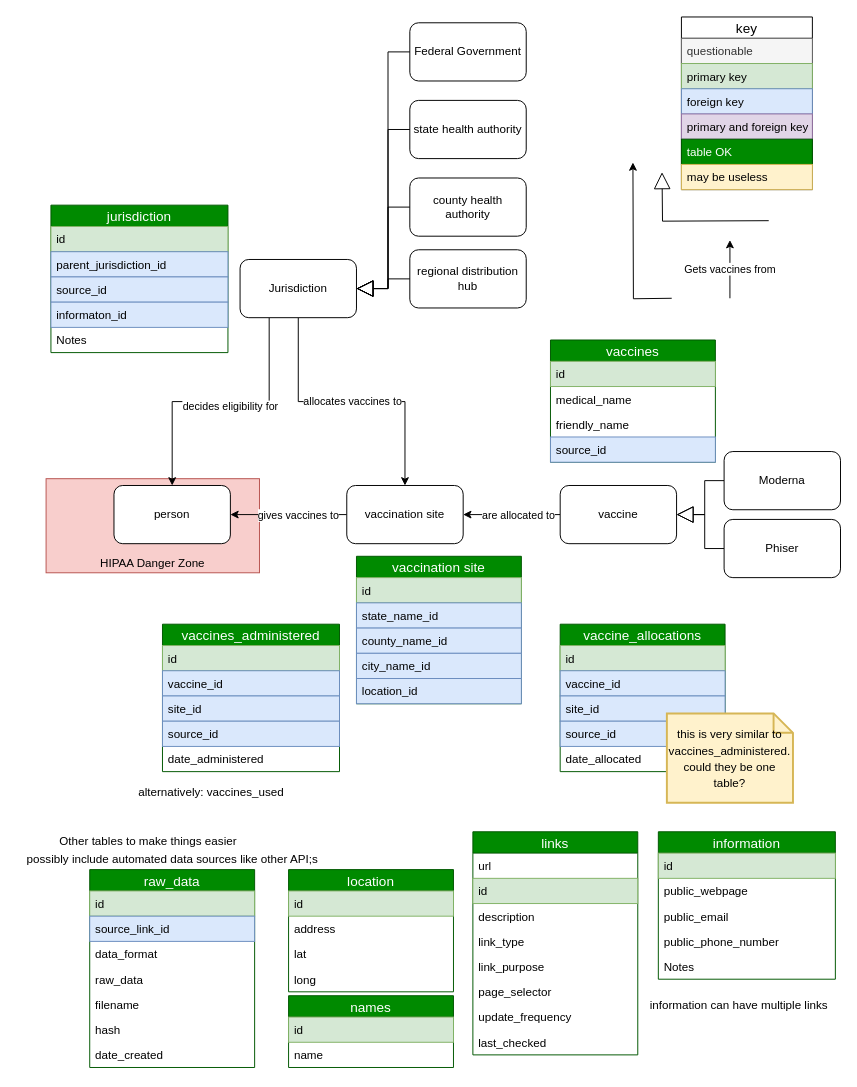
Earlier version of the draw.io diagram Domain Model.drawio (VacFind/Documentation). Source tidied: cells renumbered, new cells numbered last; positions are measured from the earlier drawing's top-left corner, leaving out a move shared by most shapes. Both pictures are drawn from the tidied source at 97%, with x=0, y=0 at pixel (16, 16).
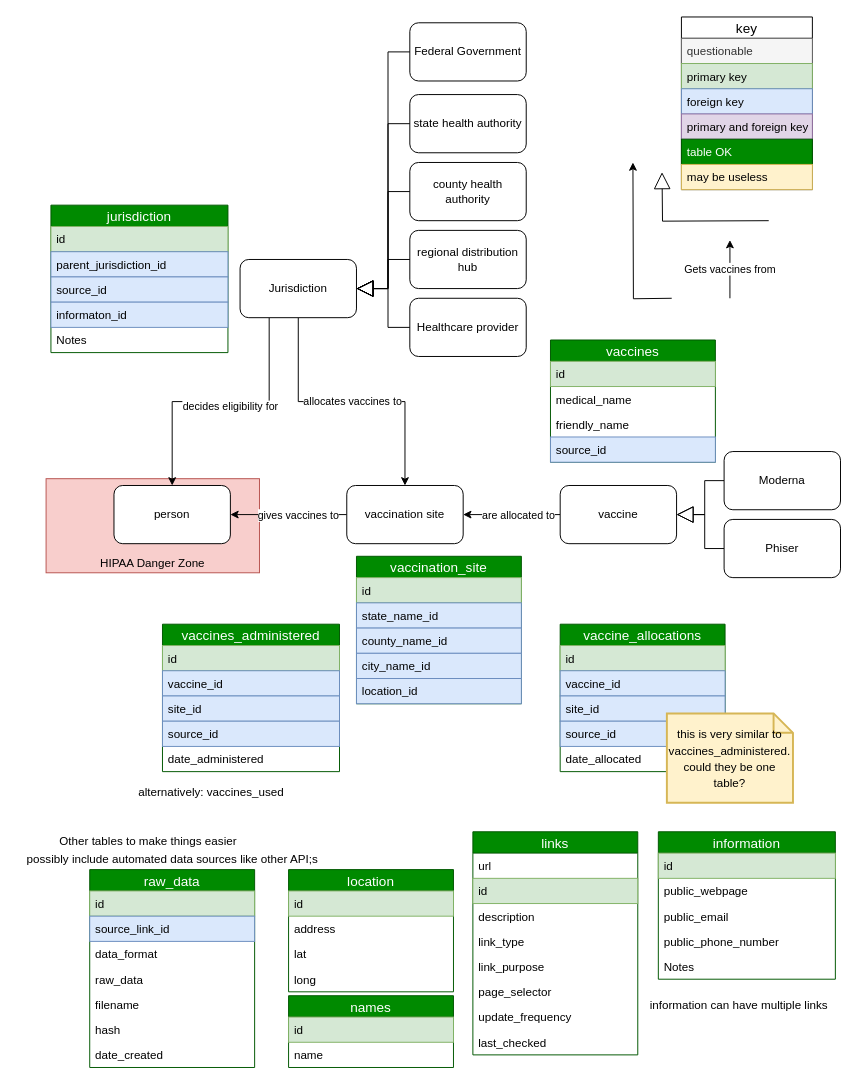
The same page after the edit.

Commit message:
add healthcare providers to possible jurisdictions

Unchanged cells that the change refers to:
```xml
<mxCell id="26" value="Jurisdiction" style="rounded=1;whiteSpace=wrap;html=1;" parent="1" vertex="1">
  <mxGeometry x="230" y="250" width="120" height="60" as="geometry" />
</mxCell>
```

Diff of the diagram source:
```diff
@@
     <mxCell id="15" value="state health authority" style="rounded=1;whiteSpace=wrap;html=1;" parent="1" vertex="1">
-      <mxGeometry x="405" y="86" width="120" height="60" as="geometry" />
+      <mxGeometry x="405" y="80" width="120" height="60" as="geometry" />
     </mxCell>
     <mxCell id="16" value="county health authority" style="rounded=1;whiteSpace=wrap;html=1;" parent="1" vertex="1">
-      <mxGeometry x="405" y="166" width="120" height="60" as="geometry" />
+      <mxGeometry x="405" y="150" width="120" height="60" as="geometry" />
     </mxCell>
@@
-    <mxCell id="30" value="vaccination site" style="swimlane;fontStyle=0;horizontal=1;startSize=22;fillColor=#008a00;swimlaneFillColor=#ffffff;align=center;fontSize=14;strokeColor=#005700;fontColor=#ffffff;" parent="1" vertex="1">
+    <mxCell id="30" value="vaccination_site" style="swimlane;fontStyle=0;horizontal=1;startSize=22;fillColor=#008a00;swimlaneFillColor=#ffffff;align=center;fontSize=14;strokeColor=#005700;fontColor=#ffffff;" parent="1" vertex="1">
       <mxGeometry x="350" y="556" width="170" height="152" as="geometry" />
     </mxCell>
@@
     <mxCell id="60" value="regional distribution hub" style="rounded=1;whiteSpace=wrap;html=1;" parent="1" vertex="1">
-      <mxGeometry x="405" y="240" width="120" height="60" as="geometry" />
+      <mxGeometry x="405" y="220" width="120" height="60" as="geometry" />
     </mxCell>
@@
+    <mxCell id="101" value="Healthcare provider" style="rounded=1;whiteSpace=wrap;html=1;" parent="1" vertex="1">
+      <mxGeometry x="405" y="290" width="120" height="60" as="geometry" />
+    </mxCell>
+    <mxCell id="102" style="edgeStyle=orthogonalEdgeStyle;rounded=0;jettySize=auto;html=1;exitX=0;exitY=0.5;exitDx=0;exitDy=0;endArrow=block;endFill=0;endSize=15;entryX=1;entryY=0.5;entryDx=0;entryDy=0;" parent="1" edge="1" source="101" target="26">
+      <mxGeometry relative="1" as="geometry" />
+    </mxCell>
```
